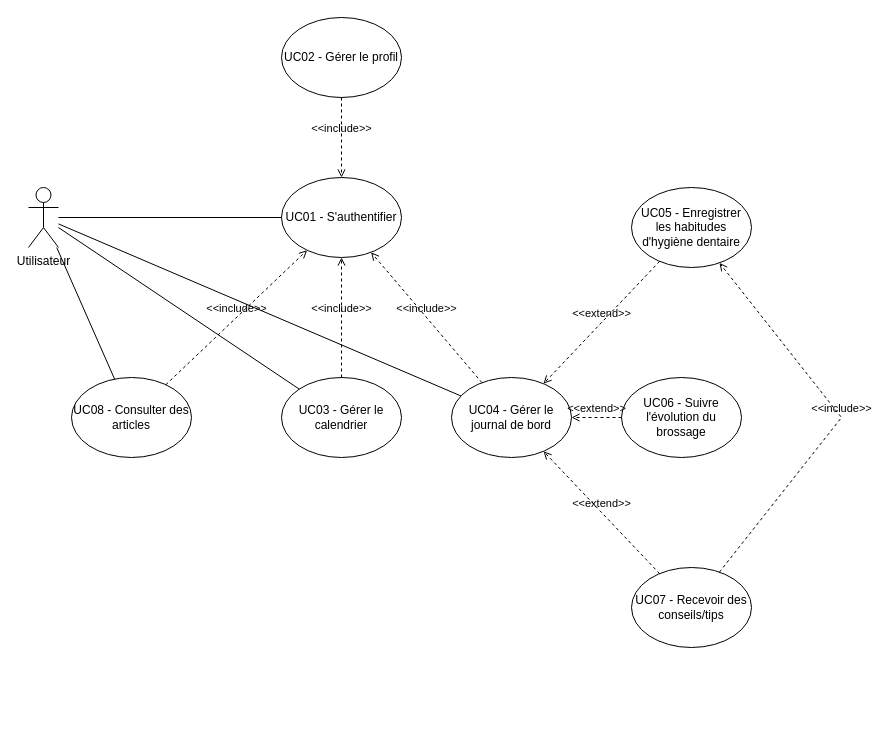
Before: DocumentationProjet/CasUtilisation.drawio in snmkrtlms/ProjetSymfonySnm, a draw.io diagram. Source tidied: cells renumbered, new cells numbered last; positions are measured from the earlier drawing's top-left corner, leaving out a move shared by most shapes. Both pictures are drawn from the tidied source at 100%, with x=0, y=0 at pixel (28, 17).
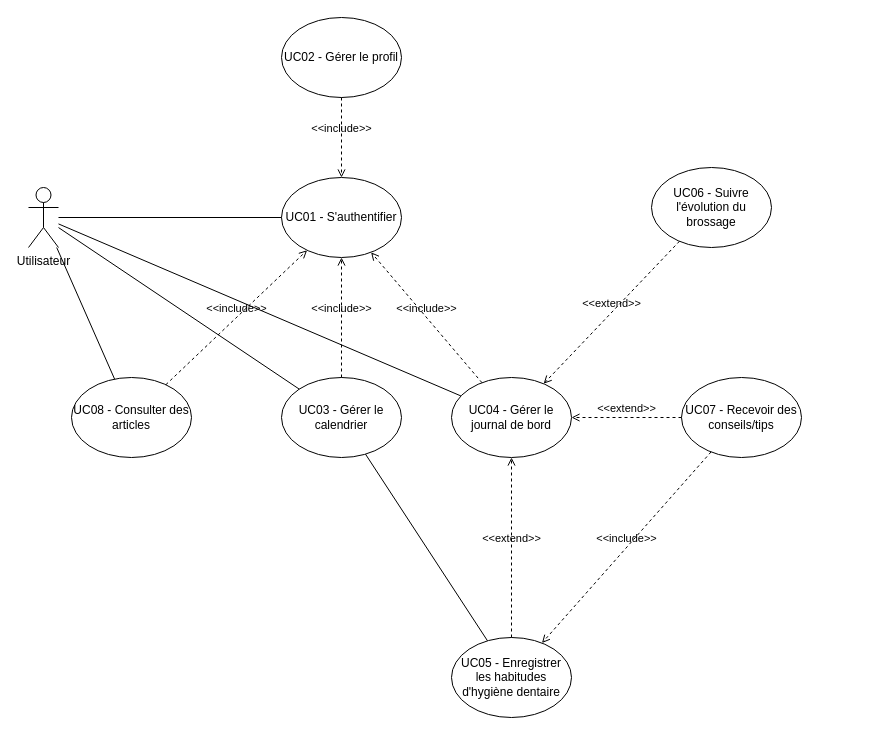
The same diagram, later.

The change refers to these unchanged cells:
```xml
<mxCell id="4" value="UC03 - Gérer le calendrier" style="ellipse;whiteSpace=wrap;html=1;" parent="1" vertex="1">
  <mxGeometry x="253" y="360" width="120" height="80" as="geometry" />
</mxCell>
```

The edit, as a diff of the source:
```diff
@@
     <mxCell id="5" value="UC05 - Enregistrer les habitudes d'hygiène dentaire" style="ellipse;whiteSpace=wrap;html=1;" parent="1" vertex="1">
-      <mxGeometry x="603" y="170" width="120" height="80" as="geometry" />
+      <mxGeometry x="423" y="620" width="120" height="80" as="geometry" />
     </mxCell>
     <mxCell id="6" value="UC06 - Suivre l'évolution du brossage" style="ellipse;whiteSpace=wrap;html=1;" parent="1" vertex="1">
-      <mxGeometry x="593" y="360" width="120" height="80" as="geometry" />
+      <mxGeometry x="623" y="150" width="120" height="80" as="geometry" />
     </mxCell>
@@
     <mxCell id="8" value="UC07 - Recevoir des conseils/tips" style="ellipse;whiteSpace=wrap;html=1;" parent="1" vertex="1">
-      <mxGeometry x="603" y="550" width="120" height="80" as="geometry" />
+      <mxGeometry x="653" y="360" width="120" height="80" as="geometry" />
     </mxCell>
@@
     <mxCell id="22" value="&amp;lt;&amp;lt;include&amp;gt;&amp;gt;" style="html=1;verticalAlign=bottom;labelBackgroundColor=none;endArrow=open;endFill=0;dashed=1;rounded=0;" parent="1" edge="1" source="8" target="5">
-      <mxGeometry relative="1" as="geometry">
-        <Array as="points">
-          <mxPoint x="813" y="400" />
-        </Array>
-      </mxGeometry>
+      <mxGeometry relative="1" as="geometry" />
     </mxCell>
+    <mxCell id="23" style="endArrow=none;html=1;rounded=0;" parent="1" edge="1" source="4" target="5">
+      <mxGeometry relative="1" as="geometry" />
+    </mxCell>
```
